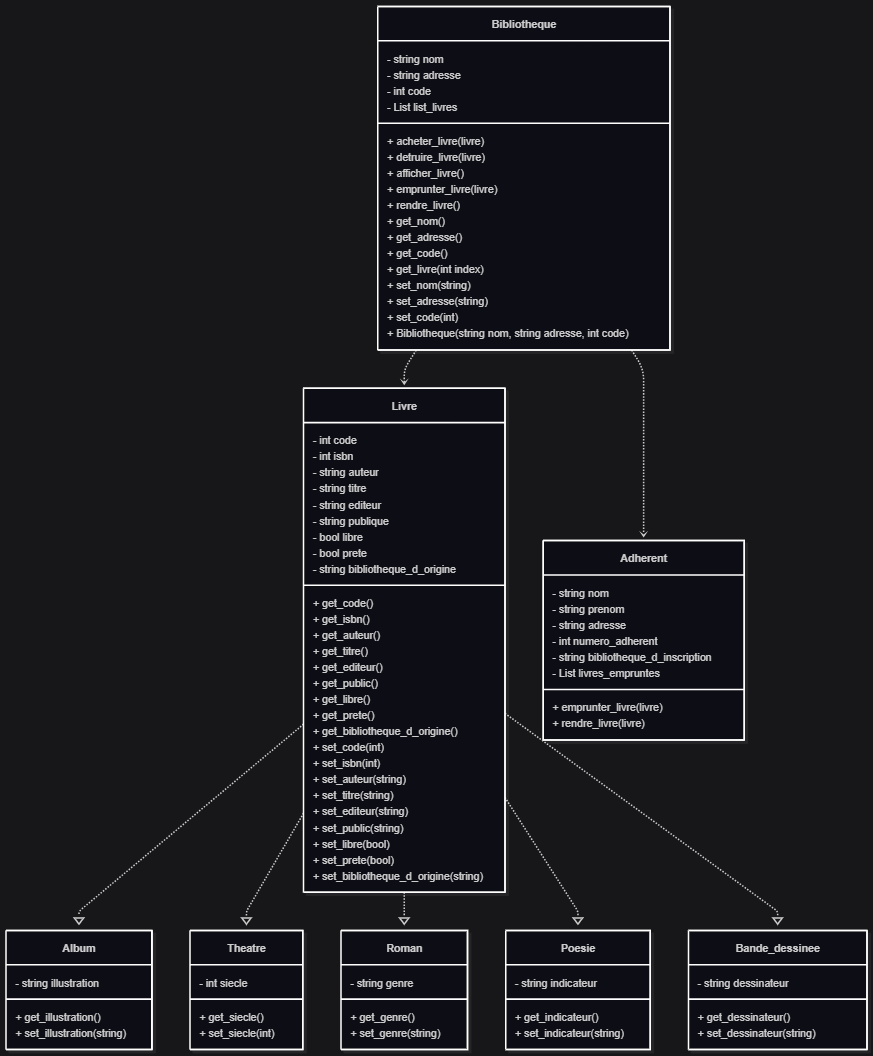
The Mermaid diagram diagrams/mermaid.png in Esteban-ve/projet-gestion-de-bibliotheques, before a commit. Its source is kept beside it as diagrams/mermaid.mmd. Its diagram source:
```mermaid
classDiagram

Bibliotheque ..> Livre
Bibliotheque ..> Adherent

Livre ..|> Album
Livre ..|> Theatre
Livre ..|> Roman
Livre ..|> Poesie
Livre ..|> Bande_dessinee

class Bibliotheque {
    - string nom
    - string adresse
    - int code
    - List list_livres
    + acheter_livre(livre)
    + detruire_livre(livre)
    + afficher_livre()
    + emprunter_livre(livre)
    + rendre_livre()
    + get_nom()
    + get_adresse()
    + get_code()
    + get_livre(int index)
    + set_nom(string)
    + set_adresse(string)
    + set_code(int)
    + Bibliotheque(string nom, string adresse, int code)
}

class Adherent {
    - string nom
    - string prenom
    - string adresse
    - int numero_adherent
    - string bibliotheque_d_inscription
    - List livres_empruntes
    + emprunter_livre(livre)
    + rendre_livre(livre)
}

class Livre {
    - int code
    - int isbn
    - string auteur
    - string titre
    - string editeur
    - string publique
    - bool libre
    - bool prete
    - string bibliotheque_d_origine
    + get_code()
    + get_isbn()
    + get_auteur()
    + get_titre()
    + get_editeur()
    + get_public()
    + get_libre()
    + get_prete()
    + get_bibliotheque_d_origine()
    + set_code(int)
    + set_isbn(int)
    + set_auteur(string)
    + set_titre(string)
    + set_editeur(string)
    + set_public(string)
    + set_libre(bool)
    + set_prete(bool)
    + set_bibliotheque_d_origine(string)
}

class Album {
    - string illustration
    + get_illustration()
    + set_illustration(string)
}

class Theatre {
    - int siecle
    + get_siecle()
    + set_siecle(int)
}

class Roman {
    - string genre
    + get_genre()
    + set_genre(string)
}

class Poesie {
    - string indicateur
    + get_indicateur()
    + set_indicateur(string)
}

class Bande_dessinee {
    - string dessinateur
    + get_dessinateur()
    + set_dessinateur(string)
}
```
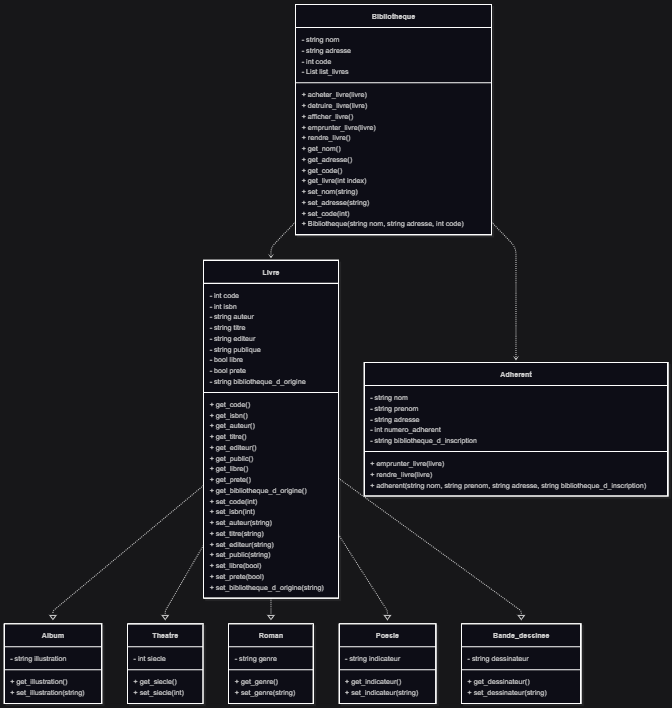
After the commit.

Commit message:
modif uml

Change to the diagram source:
```diff
@@ -14,19 +14,23 @@
     - string adresse
     - int code
     - List list_livres
+
     + acheter_livre(livre)
     + detruire_livre(livre)
     + afficher_livre()
     + emprunter_livre(livre)
     + rendre_livre()
+
     + get_nom()
     + get_adresse()
     + get_code()
     + get_livre(int index)
+
     + set_nom(string)
     + set_adresse(string)
     + set_code(int)
     + Bibliotheque(string nom, string adresse, int code)
+
 }
 
 class Adherent {
@@ -35,9 +39,9 @@
     - string adresse
     - int numero_adherent
     - string bibliotheque_d_inscription
-    - List livres_empruntes
     + emprunter_livre(livre)
     + rendre_livre(livre)
+    + adherent(string nom, string prenom, string adresse, string bibliotheque_d_inscription)
 }
 
 class Livre {
```
